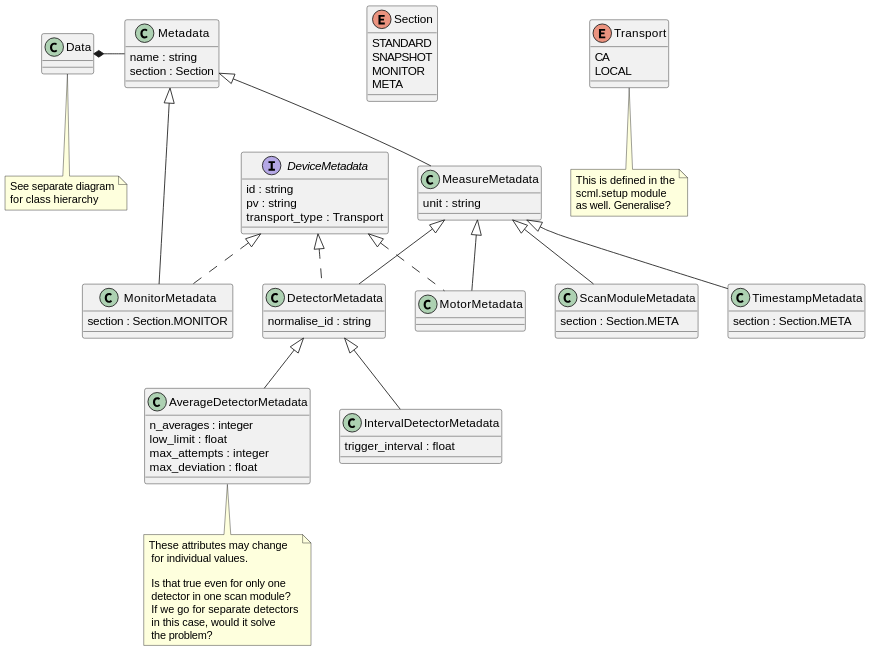
Above: docs/uml/evedata.evefile.metadata.svg in tillbiskup/evedata (PlantUML), before the change.
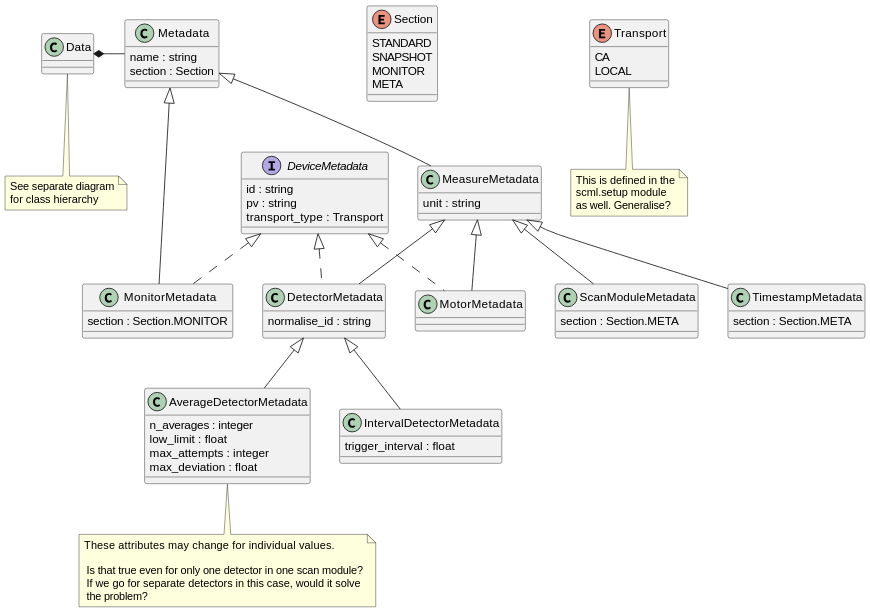
After the commit.

Diff of the diagram source:
```diff
@@ -57,13 +57,10 @@
     max_deviation : float
 }
 note bottom
-    These attributes may change
-     for individual values.
+    These attributes may change      for individual values.
 
-     Is that true even for only one
-     detector in one scan module?
-     If we go for separate detectors
-     in this case, would it solve
+     Is that true even for only one detector in one scan module?
+     If we go for separate detectors in this case, would it solve
      the problem?
 end note
 
```
